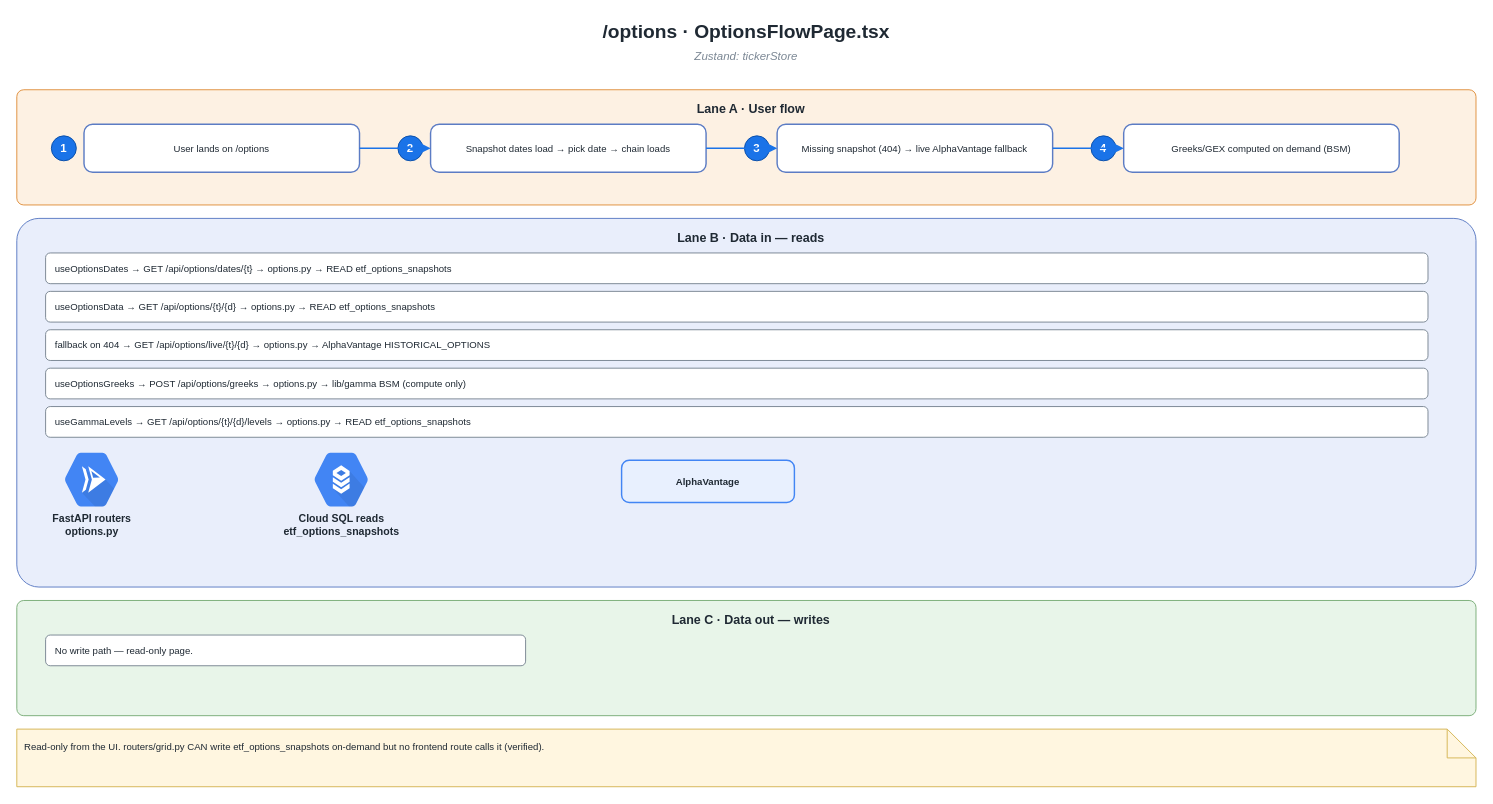
This is page "6 · Options Flow" (7 of 15) of Frontend-icons.drawio from TeneikaAskew/solyra, a draw.io file, before an edit. Source tidied: cells renumbered, new cells numbered last; positions are measured from the earlier drawing's top-left corner, leaving out a move shared by most shapes. Both pictures are drawn from the tidied source at 96%, with x=0, y=0 at pixel (16, 16).
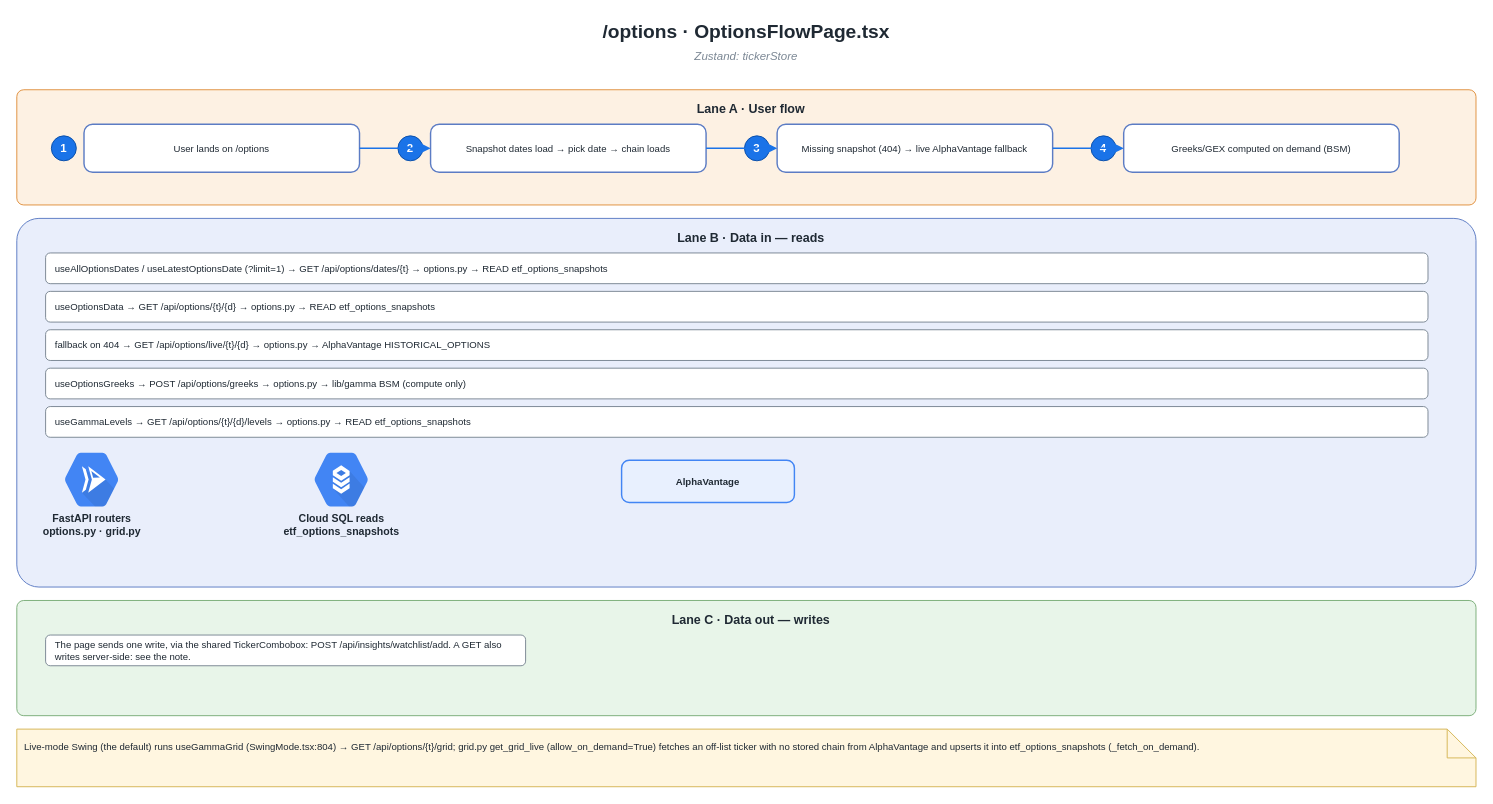
The same page after the edit.

Commit message (it also covers changes not shown here):
docs: carry the frontend map as it stood at #261's e98629d

What changed in the source:
```diff
@@
-    <mxCell id="17" value="useOptionsDates → GET /api/options/dates/{t} → options.py → READ etf_options_snapshots" style="rounded=1;whiteSpace=wrap;html=1;fillColor=#ffffff;strokeColor=#7b8794;fontSize=10;align=left;verticalAlign=middle;spacingLeft=8;fontColor=#1f2933;" parent="1" vertex="1">
+    <mxCell id="17" value="useAllOptionsDates / useLatestOptionsDate (?limit=1) → GET /api/options/dates/{t} → options.py → READ etf_options_snapshots" style="rounded=1;whiteSpace=wrap;html=1;fillColor=#ffffff;strokeColor=#7b8794;fontSize=10;align=left;verticalAlign=middle;spacingLeft=8;fontColor=#1f2933;" parent="1" vertex="1">
       <mxGeometry x="30" y="246" width="1440" height="32" as="geometry" />
     </mxCell>
@@
-    <mxCell id="22" value="FastAPI routers&#10;options.py" style="sketch=0;html=1;strokeColor=none;shadow=0;fillColor=#4285F4;verticalLabelPosition=bottom;verticalAlign=top;labelPosition=center;align=center;fontSize=11;fontStyle=1;fontColor=#1f2933;shape=mxgraph.gcp2.cloud_run;" parent="1" vertex="1">
+    <mxCell id="22" value="FastAPI routers&#10;options.py · grid.py" style="sketch=0;html=1;strokeColor=none;shadow=0;fillColor=#4285F4;verticalLabelPosition=bottom;verticalAlign=top;labelPosition=center;align=center;fontSize=11;fontStyle=1;fontColor=#1f2933;shape=mxgraph.gcp2.cloud_run;" parent="1" vertex="1">
       <mxGeometry x="50" y="454" width="56" height="56" as="geometry" />
     </mxCell>
@@
-    <mxCell id="26" value="No write path — read-only page." style="rounded=1;whiteSpace=wrap;html=1;fillColor=#ffffff;strokeColor=#7b8794;fontSize=10;align=left;verticalAlign=middle;spacingLeft=8;fontColor=#1f2933;" parent="1" vertex="1">
+    <mxCell id="26" value="The page sends one write, via the shared TickerCombobox: POST /api/insights/watchlist/add. A GET also writes server-side: see the note." style="rounded=1;whiteSpace=wrap;html=1;fillColor=#ffffff;strokeColor=#7b8794;fontSize=10;align=left;verticalAlign=middle;spacingLeft=8;fontColor=#1f2933;" parent="1" vertex="1">
       <mxGeometry x="30" y="644" width="500" height="32" as="geometry" />
     </mxCell>
-    <mxCell id="27" value="Read-only from the UI. routers/grid.py CAN write etf_options_snapshots on-demand but no frontend route calls it (verified)." style="shape=note;whiteSpace=wrap;html=1;fillColor=#fff6e0;strokeColor=#d6b656;strokeWidth=1;fontSize=10;align=left;verticalAlign=top;spacing=8;fontColor=#1f2933;" parent="1" vertex="1">
+    <mxCell id="27" value="Live-mode Swing (the default) runs useGammaGrid (SwingMode.tsx:804) → GET /api/options/{t}/grid; grid.py get_grid_live (allow_on_demand=True) fetches an off-list ticker with no stored chain from AlphaVantage and upserts it into etf_options_snapshots (_fetch_on_demand)." style="shape=note;whiteSpace=wrap;html=1;fillColor=#fff6e0;strokeColor=#d6b656;strokeWidth=1;fontSize=10;align=left;verticalAlign=top;spacing=8;fontColor=#1f2933;" parent="1" vertex="1">
       <mxGeometry y="742" width="1520" height="60" as="geometry" />
     </mxCell>
```
